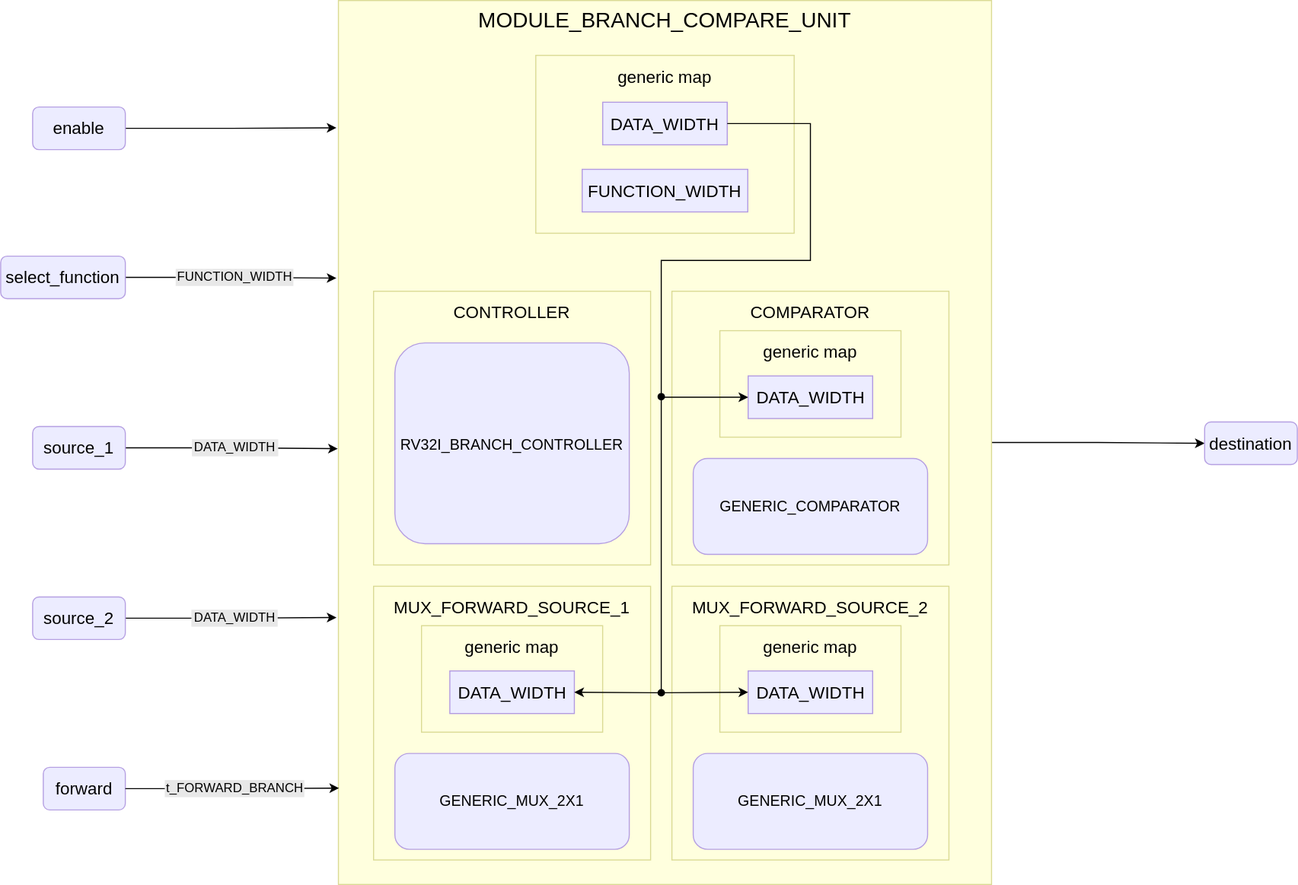
insper-riscv/docs keeps this draw.io diagram as public/images/reference/report_components/module_branch_compare_unit.drawio.svg. Above is the earlier version. Source tidied: cells renumbered, new cells last; positions are measured from the earlier drawing's top-left corner, leaving out a move shared by most shapes.
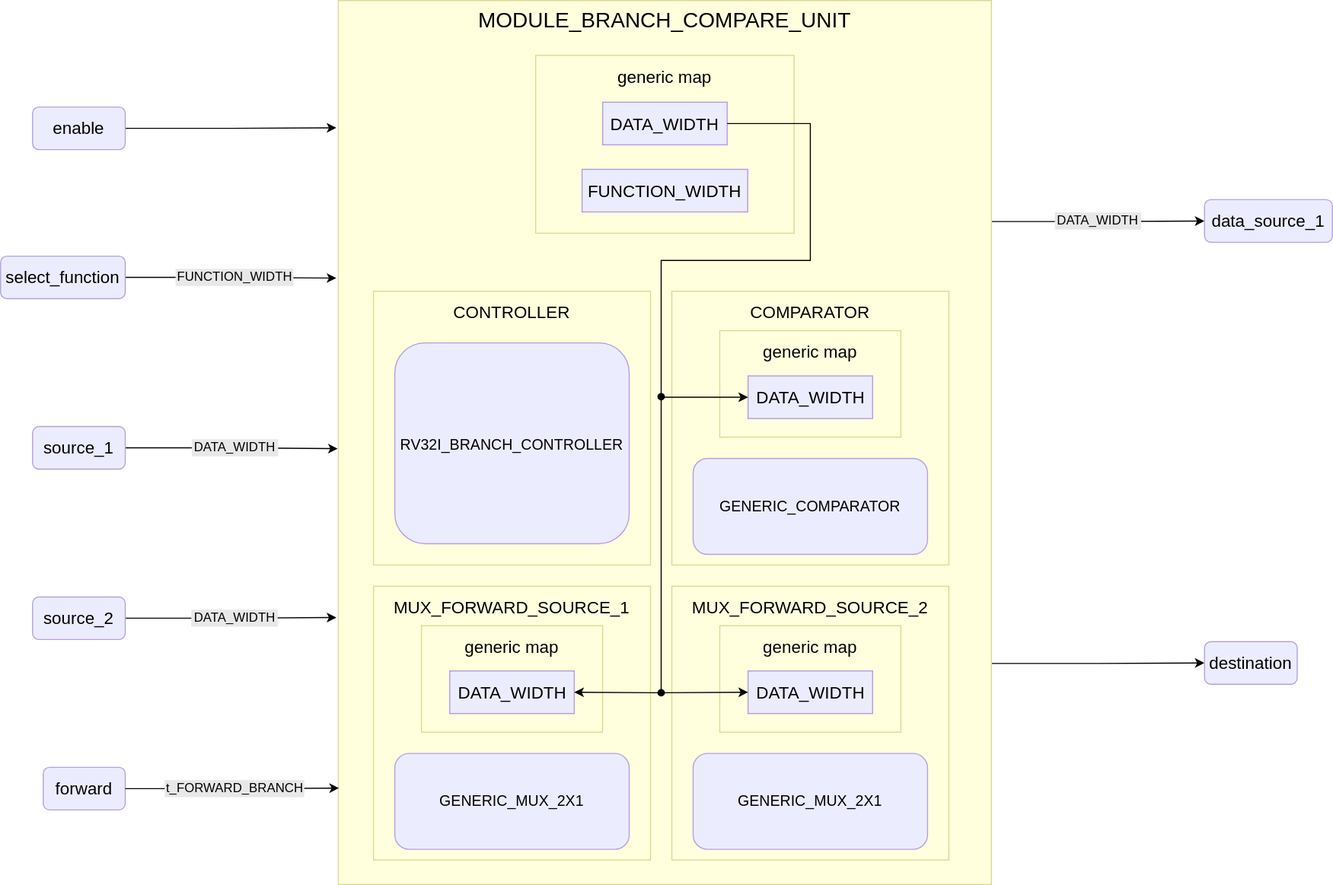
After the change.

Diff of the diagram source:
```diff
@@ -8,9 +8,12 @@
     <mxCell id="3" style="edgeStyle=orthogonalEdgeStyle;rounded=0;jettySize=auto;html=1;entryX=-0.003;entryY=0.144;entryDx=0;entryDy=0;entryPerimeter=0;" parent="1" edge="1" source="8" target="5">
       <mxGeometry relative="1" as="geometry" />
     </mxCell>
-    <mxCell id="4" style="edgeStyle=orthogonalEdgeStyle;rounded=0;jettySize=auto;html=1;entryX=0;entryY=0.5;entryDx=0;entryDy=0;" parent="1" edge="1" source="5" target="10">
+    <mxCell id="4" style="edgeStyle=orthogonalEdgeStyle;rounded=0;jettySize=auto;html=1;exitX=1;exitY=0.75;exitDx=0;exitDy=0;entryX=0;entryY=0.5;entryDx=0;entryDy=0;" parent="1" edge="1" source="5" target="10">
       <mxGeometry relative="1" as="geometry" />
     </mxCell>
+    <mxCell id="39" style="edgeStyle=orthogonalEdgeStyle;rounded=0;jettySize=auto;html=1;exitX=1;exitY=0.25;exitDx=0;exitDy=0;entryX=0;entryY=0.5;entryDx=0;entryDy=0;" parent="1" edge="1" source="5" target="40">
+      <mxGeometry relative="1" as="geometry" />
+    </mxCell>
     <mxCell id="5" value="MODULE_BRANCH_COMPARE_UNIT" style="rounded=0;whiteSpace=wrap;html=1;fillColor=#ffffde;strokeColor=#dada94;verticalAlign=top;fontSize=20;" parent="1" vertex="1">
       <mxGeometry x="317" width="613" height="830" as="geometry" />
     </mxCell>
@@ -27,7 +30,7 @@
       <mxGeometry y="240" width="117" height="40" as="geometry" />
     </mxCell>
     <mxCell id="10" value="destination" style="rounded=1;whiteSpace=wrap;html=1;fillColor=#ececff;strokeColor=#b59fe2;fontSize=16;" parent="1" vertex="1">
-      <mxGeometry x="1130" y="395.8" width="87" height="40" as="geometry" />
+      <mxGeometry x="1130" y="602" width="87" height="40" as="geometry" />
     </mxCell>
     <mxCell id="11" style="edgeStyle=orthogonalEdgeStyle;rounded=0;jettySize=auto;html=1;entryX=-0.001;entryY=0.507;entryDx=0;entryDy=0;entryPerimeter=0;" parent="1" edge="1" source="12" target="5">
       <mxGeometry relative="1" as="geometry" />
@@ -127,5 +130,11 @@
         <mxPoint x="620" y="650" as="sourcePoint" />
       </mxGeometry>
     </mxCell>
+    <mxCell id="40" value="data_source_1" style="rounded=1;whiteSpace=wrap;html=1;fillColor=#ececff;strokeColor=#b59fe2;fontSize=16;" parent="1" vertex="1">
+      <mxGeometry x="1130" y="187" width="120" height="40" as="geometry" />
+    </mxCell>
+    <mxCell id="41" value="DATA_WIDTH" style="rounded=0;whiteSpace=wrap;html=1;fillColor=#e8e8e8;strokeColor=#e8e8e8;" parent="1" vertex="1">
+      <mxGeometry x="990" y="199.5" width="80" height="15" as="geometry" />
+    </mxCell>
   </root>
 </mxGraphModel>
```
